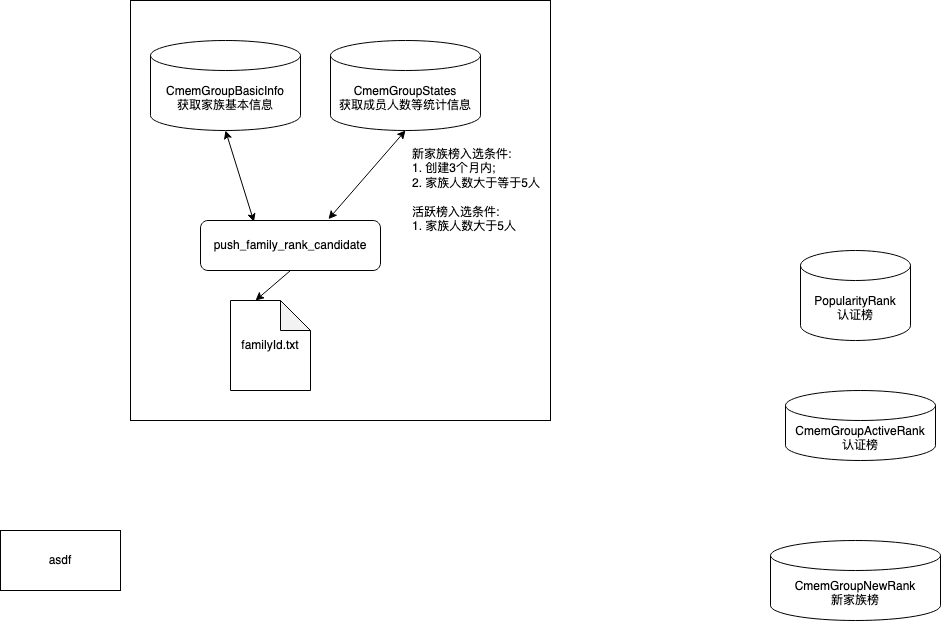
Above: 家族排行榜.png in wu0hgl/note_pic (draw.io), before the change. Source tidied: cells renumbered, new cells last; positions are measured from the earlier drawing's top-left corner, leaving out a move shared by most shapes. Its diagram source:
```xml
<mxGraphModel>
  <root>
    <mxCell id="0" />
    <mxCell id="1" parent="0" />
    <mxCell id="2" style="whiteSpace=wrap;html=1;align=center;" parent="1" vertex="1">
      <mxGeometry x="130" width="420" height="420" as="geometry" />
    </mxCell>
    <mxCell id="3" value="PopularityRank&lt;br&gt;认证榜" style="shape=cylinder3;whiteSpace=wrap;html=1;boundedLbl=1;backgroundOutline=1;size=15;" parent="1" vertex="1">
      <mxGeometry x="800" y="250" width="110" height="90" as="geometry" />
    </mxCell>
    <mxCell id="4" value="CmemGroupActiveRank&lt;br&gt;认证榜" style="shape=cylinder3;whiteSpace=wrap;html=1;boundedLbl=1;backgroundOutline=1;size=15;" parent="1" vertex="1">
      <mxGeometry x="785" y="390" width="150" height="70" as="geometry" />
    </mxCell>
    <mxCell id="5" value="CmemGroupNewRank&lt;br&gt;新家族榜" style="shape=cylinder3;whiteSpace=wrap;html=1;boundedLbl=1;backgroundOutline=1;size=15;" parent="1" vertex="1">
      <mxGeometry x="770" y="540" width="170" height="80" as="geometry" />
    </mxCell>
    <mxCell id="6" value="CmemGroupBasicInfo&lt;br&gt;获取家族基本信息" style="shape=cylinder3;whiteSpace=wrap;html=1;boundedLbl=1;backgroundOutline=1;size=15;" parent="1" vertex="1">
      <mxGeometry x="150" y="40" width="150" height="90" as="geometry" />
    </mxCell>
    <mxCell id="7" style="rounded=0;jettySize=auto;html=1;exitX=0.5;exitY=1;exitDx=0;exitDy=0;entryX=0;entryY=0;entryDx=25;entryDy=0;entryPerimeter=0;" parent="1" edge="1" source="8" target="13">
      <mxGeometry relative="1" as="geometry" />
    </mxCell>
    <mxCell id="8" value="push_family_rank_candidate" style="rounded=1;whiteSpace=wrap;html=1;" parent="1" vertex="1">
      <mxGeometry x="200" y="220" width="180" height="50" as="geometry" />
    </mxCell>
    <mxCell id="9" value="&lt;div&gt;CmemGroupStates&lt;/div&gt;获取成员人数等统计信息" style="shape=cylinder3;whiteSpace=wrap;html=1;boundedLbl=1;backgroundOutline=1;size=15;" parent="1" vertex="1">
      <mxGeometry x="330" y="40" width="150" height="90" as="geometry" />
    </mxCell>
    <mxCell id="10" style="endArrow=classic;startArrow=classic;html=1;exitX=0.711;exitY=-0.028;exitDx=0;exitDy=0;exitPerimeter=0;entryX=0.5;entryY=1;entryDx=0;entryDy=0;entryPerimeter=0;" parent="1" edge="1" source="8" target="9">
      <mxGeometry relative="1" as="geometry" />
    </mxCell>
    <mxCell id="11" style="endArrow=classic;startArrow=classic;html=1;exitX=0.297;exitY=0.027;exitDx=0;exitDy=0;exitPerimeter=0;entryX=0.5;entryY=1;entryDx=0;entryDy=0;entryPerimeter=0;" parent="1" edge="1" source="8" target="6">
      <mxGeometry relative="1" as="geometry" />
    </mxCell>
    <mxCell id="12" value="新家族榜入选条件:&lt;br&gt;1. 创建3个月内;&lt;br&gt;2. 家族人数大于等于5人&lt;br&gt;&lt;div&gt;&lt;br&gt;&lt;/div&gt;&lt;div&gt;活跃榜入选条件:&lt;br&gt;1. 家族人数大于5人&lt;/div&gt;" style="text;html=1;strokeColor=none;fillColor=none;align=left;verticalAlign=middle;whiteSpace=wrap;rounded=0;" parent="1" vertex="1">
      <mxGeometry x="410" y="140" width="215" height="100" as="geometry" />
    </mxCell>
    <mxCell id="13" value="familyId.txt" style="shape=note;whiteSpace=wrap;html=1;backgroundOutline=1;darkOpacity=0.05;align=center;" parent="1" vertex="1">
      <mxGeometry x="230" y="300" width="80" height="90" as="geometry" />
    </mxCell>
    <mxCell id="14" value="asdf " style="rounded=0;whiteSpace=wrap;html=1;align=center;" parent="1" vertex="1">
      <mxGeometry y="530" width="120" height="60" as="geometry" />
    </mxCell>
  </root>
</mxGraphModel>
```
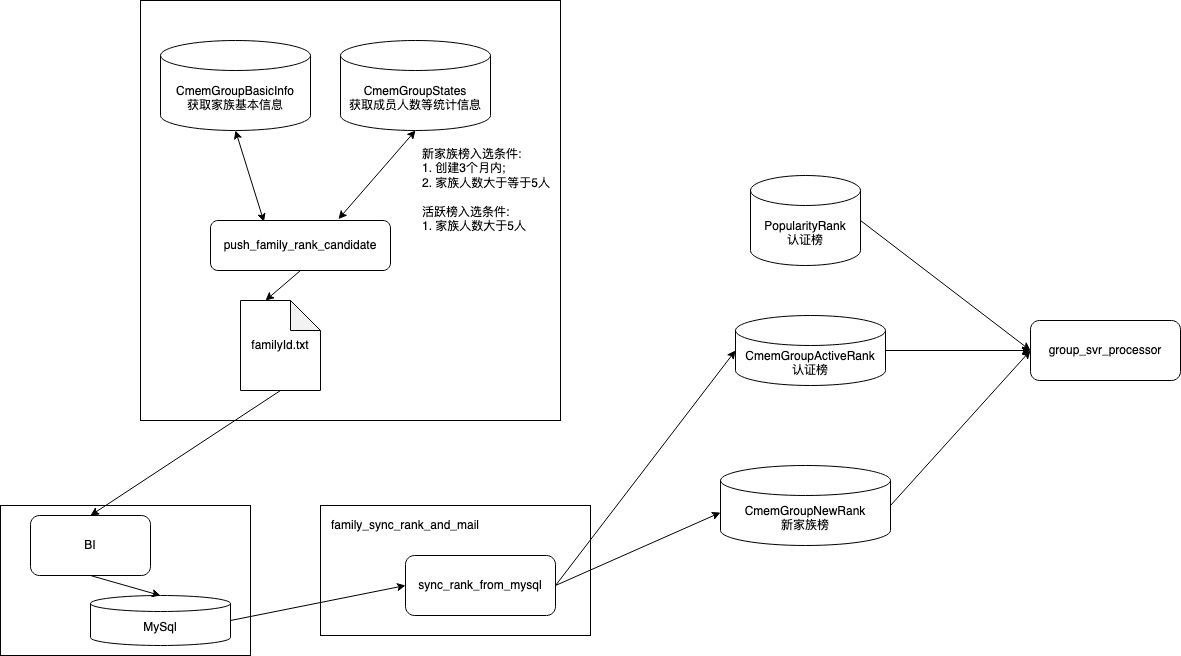
After the commit.

Commit message:
更新家族排行榜.png

Change to the diagram source:
```diff
@@ -2,17 +2,20 @@
   <root>
     <mxCell id="0" />
     <mxCell id="1" parent="0" />
+    <mxCell id="15" style="rounded=0;whiteSpace=wrap;html=1;align=center;" parent="1" vertex="1">
+      <mxGeometry x="-10" y="505" width="250" height="150" as="geometry" />
+    </mxCell>
     <mxCell id="2" style="whiteSpace=wrap;html=1;align=center;" parent="1" vertex="1">
       <mxGeometry x="130" width="420" height="420" as="geometry" />
     </mxCell>
     <mxCell id="3" value="PopularityRank&lt;br&gt;认证榜" style="shape=cylinder3;whiteSpace=wrap;html=1;boundedLbl=1;backgroundOutline=1;size=15;" parent="1" vertex="1">
-      <mxGeometry x="800" y="250" width="110" height="90" as="geometry" />
+      <mxGeometry x="740" y="175" width="110" height="90" as="geometry" />
     </mxCell>
     <mxCell id="4" value="CmemGroupActiveRank&lt;br&gt;认证榜" style="shape=cylinder3;whiteSpace=wrap;html=1;boundedLbl=1;backgroundOutline=1;size=15;" parent="1" vertex="1">
-      <mxGeometry x="785" y="390" width="150" height="70" as="geometry" />
+      <mxGeometry x="725" y="315" width="150" height="70" as="geometry" />
     </mxCell>
     <mxCell id="5" value="CmemGroupNewRank&lt;br&gt;新家族榜" style="shape=cylinder3;whiteSpace=wrap;html=1;boundedLbl=1;backgroundOutline=1;size=15;" parent="1" vertex="1">
-      <mxGeometry x="770" y="540" width="170" height="80" as="geometry" />
+      <mxGeometry x="710" y="465" width="170" height="80" as="geometry" />
     </mxCell>
     <mxCell id="6" value="CmemGroupBasicInfo&lt;br&gt;获取家族基本信息" style="shape=cylinder3;whiteSpace=wrap;html=1;boundedLbl=1;backgroundOutline=1;size=15;" parent="1" vertex="1">
       <mxGeometry x="150" y="40" width="150" height="90" as="geometry" />
@@ -33,13 +36,52 @@
       <mxGeometry relative="1" as="geometry" />
     </mxCell>
     <mxCell id="12" value="新家族榜入选条件:&lt;br&gt;1. 创建3个月内;&lt;br&gt;2. 家族人数大于等于5人&lt;br&gt;&lt;div&gt;&lt;br&gt;&lt;/div&gt;&lt;div&gt;活跃榜入选条件:&lt;br&gt;1. 家族人数大于5人&lt;/div&gt;" style="text;html=1;strokeColor=none;fillColor=none;align=left;verticalAlign=middle;whiteSpace=wrap;rounded=0;" parent="1" vertex="1">
-      <mxGeometry x="410" y="140" width="215" height="100" as="geometry" />
+      <mxGeometry x="410" y="140" width="130" height="100" as="geometry" />
     </mxCell>
+    <mxCell id="16" style="edgeStyle=none;rounded=0;jettySize=auto;html=1;exitX=0.5;exitY=1;exitDx=0;exitDy=0;exitPerimeter=0;entryX=0.5;entryY=0;entryDx=0;entryDy=0;" parent="1" edge="1" source="13" target="17">
+      <mxGeometry relative="1" as="geometry" />
+    </mxCell>
     <mxCell id="13" value="familyId.txt" style="shape=note;whiteSpace=wrap;html=1;backgroundOutline=1;darkOpacity=0.05;align=center;" parent="1" vertex="1">
       <mxGeometry x="230" y="300" width="80" height="90" as="geometry" />
     </mxCell>
-    <mxCell id="14" value="asdf " style="rounded=0;whiteSpace=wrap;html=1;align=center;" parent="1" vertex="1">
-      <mxGeometry y="530" width="120" height="60" as="geometry" />
+    <mxCell id="14" style="rounded=0;whiteSpace=wrap;html=1;align=center;" parent="1" vertex="1">
+      <mxGeometry x="310" y="505" width="270" height="130" as="geometry" />
     </mxCell>
+    <mxCell id="17" value="BI" style="rounded=1;whiteSpace=wrap;html=1;align=center;" parent="1" vertex="1">
+      <mxGeometry x="20" y="515" width="120" height="60" as="geometry" />
+    </mxCell>
+    <mxCell id="18" value="MySql" style="shape=cylinder3;whiteSpace=wrap;html=1;boundedLbl=1;backgroundOutline=1;size=8;" parent="1" vertex="1">
+      <mxGeometry x="80" y="595" width="140" height="50" as="geometry" />
+    </mxCell>
+    <mxCell id="19" style="endArrow=classic;html=1;exitX=0.5;exitY=1;exitDx=0;exitDy=0;entryX=0.5;entryY=0;entryDx=0;entryDy=0;entryPerimeter=0;" parent="1" edge="1" source="17" target="18">
+      <mxGeometry relative="1" as="geometry" />
+    </mxCell>
+    <mxCell id="20" value="sync_rank_from_mysql" style="rounded=1;whiteSpace=wrap;html=1;align=center;" parent="1" vertex="1">
+      <mxGeometry x="395" y="555" width="150" height="60" as="geometry" />
+    </mxCell>
+    <mxCell id="21" value="family_sync_rank_and_mail" style="text;html=1;strokeColor=none;fillColor=none;align=center;verticalAlign=middle;whiteSpace=wrap;rounded=0;" parent="1" vertex="1">
+      <mxGeometry x="310" y="505" width="170" height="40" as="geometry" />
+    </mxCell>
+    <mxCell id="22" style="endArrow=classic;html=1;exitX=1;exitY=0.5;exitDx=0;exitDy=0;exitPerimeter=0;entryX=0;entryY=0.5;entryDx=0;entryDy=0;" parent="1" edge="1" source="18" target="20">
+      <mxGeometry relative="1" as="geometry" />
+    </mxCell>
+    <mxCell id="23" style="endArrow=classic;html=1;exitX=1;exitY=0.5;exitDx=0;exitDy=0;entryX=0;entryY=0.5;entryDx=0;entryDy=0;entryPerimeter=0;" parent="1" edge="1" source="20" target="4">
+      <mxGeometry relative="1" as="geometry" />
+    </mxCell>
+    <mxCell id="24" style="endArrow=classic;html=1;exitX=1;exitY=0.5;exitDx=0;exitDy=0;entryX=0;entryY=0.588;entryDx=0;entryDy=0;entryPerimeter=0;" parent="1" edge="1" source="20" target="5">
+      <mxGeometry relative="1" as="geometry" />
+    </mxCell>
+    <mxCell id="25" value="group_svr_processor" style="rounded=1;whiteSpace=wrap;html=1;align=center;" parent="1" vertex="1">
+      <mxGeometry x="1020" y="320" width="150" height="60" as="geometry" />
+    </mxCell>
+    <mxCell id="26" style="endArrow=classic;html=1;exitX=1;exitY=0.5;exitDx=0;exitDy=0;exitPerimeter=0;entryX=0;entryY=0.5;entryDx=0;entryDy=0;" parent="1" edge="1" source="3" target="25">
+      <mxGeometry relative="1" as="geometry" />
+    </mxCell>
+    <mxCell id="27" style="endArrow=classic;html=1;exitX=1;exitY=0.5;exitDx=0;exitDy=0;exitPerimeter=0;entryX=0;entryY=0.5;entryDx=0;entryDy=0;" parent="1" edge="1" source="4" target="25">
+      <mxGeometry relative="1" as="geometry" />
+    </mxCell>
+    <mxCell id="28" style="endArrow=classic;html=1;exitX=1;exitY=0.5;exitDx=0;exitDy=0;exitPerimeter=0;entryX=0;entryY=0.5;entryDx=0;entryDy=0;" parent="1" edge="1" source="5" target="25">
+      <mxGeometry relative="1" as="geometry" />
+    </mxCell>
   </root>
 </mxGraphModel>
```
